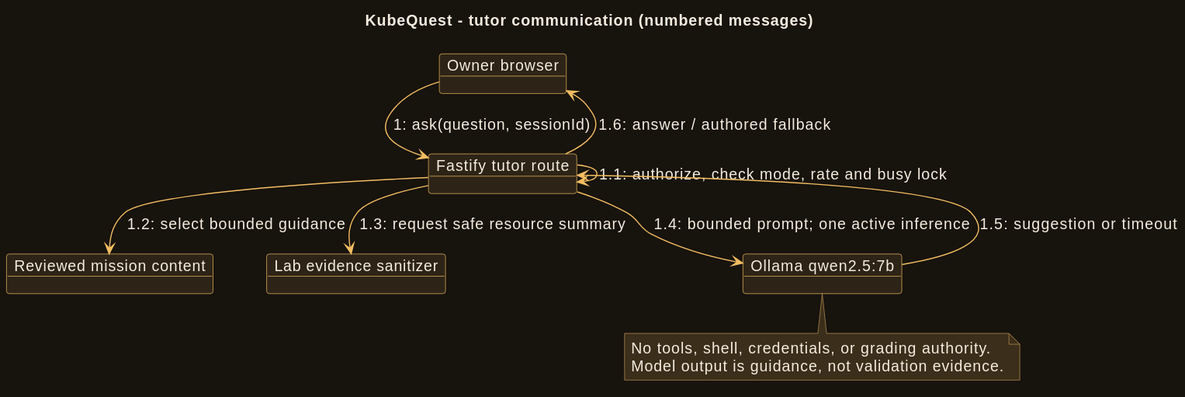
Earlier version of the PlantUML export diagrams/communication.svg (ramideltoro/kubequest-wiki). Its source is kept beside it as diagrams/communication.puml. The source it was exported from:
```plantuml
@startuml
!pragma layout smetana
skinparam backgroundColor #17130D
skinparam defaultFontName SansSerif
skinparam defaultFontSize 14
skinparam defaultFontColor #F4ECDF
skinparam shadowing false
skinparam ArrowColor #F3BD62
skinparam LineColor #F3BD62
skinparam BorderColor #F3BD62
skinparam defaultBackgroundColor #2D2417
skinparam classBackgroundColor #2D2417
skinparam classBorderColor #F3BD62
skinparam classFontColor #F4ECDF
skinparam componentBackgroundColor #2D2417
skinparam componentBorderColor #F3BD62
skinparam componentFontColor #F4ECDF
skinparam nodeBackgroundColor #2D2417
skinparam nodeBorderColor #F3BD62
skinparam nodeFontColor #F4ECDF
skinparam packageBackgroundColor #2D2417
skinparam packageBorderColor #F3BD62
skinparam packageFontColor #F4ECDF
skinparam rectangleBackgroundColor #2D2417
skinparam rectangleBorderColor #F3BD62
skinparam rectangleFontColor #F4ECDF
skinparam databaseBackgroundColor #2D2417
skinparam databaseBorderColor #F3BD62
skinparam databaseFontColor #F4ECDF
skinparam cloudBackgroundColor #2D2417
skinparam cloudBorderColor #F3BD62
skinparam cloudFontColor #F4ECDF
skinparam artifactBackgroundColor #2D2417
skinparam artifactBorderColor #F3BD62
skinparam artifactFontColor #F4ECDF
skinparam objectBackgroundColor #2D2417
skinparam objectBorderColor #F3BD62
skinparam objectFontColor #F4ECDF
skinparam stateBackgroundColor #2D2417
skinparam stateBorderColor #F3BD62
skinparam stateFontColor #F4ECDF
skinparam activityBackgroundColor #2D2417
skinparam activityBorderColor #F3BD62
skinparam activityFontColor #F4ECDF
skinparam actorBackgroundColor #2D2417
skinparam actorBorderColor #F3BD62
skinparam actorFontColor #F4ECDF
skinparam usecaseBackgroundColor #2D2417
skinparam usecaseBorderColor #F3BD62
skinparam usecaseFontColor #F4ECDF
skinparam interfaceBackgroundColor #2D2417
skinparam interfaceBorderColor #F3BD62
skinparam interfaceFontColor #F4ECDF
skinparam participantBackgroundColor #2D2417
skinparam participantBorderColor #F3BD62
skinparam participantFontColor #F4ECDF
skinparam classAttributeIconSize 0
skinparam NoteBackgroundColor #3B2E1A
skinparam NoteBorderColor #BB9658
skinparam NoteFontColor #F4ECDF
skinparam sequenceLifeLineBorderColor #BB9658
skinparam sequenceLifeLineBackgroundColor #221C13
skinparam sequenceGroupBackgroundColor #221C13
skinparam sequenceGroupHeaderFontColor #F4ECDF
skinparam sequenceGroupBodyBackgroundColor #221C13
skinparam sequenceDividerBackgroundColor #2D2417
skinparam sequenceDividerFontColor #F4ECDF
skinparam activityDiamondBackgroundColor #3B2E1A
skinparam activityStartColor #F3BD62
skinparam activityEndColor #F3BD62
title KubeQuest - tutor communication (numbered messages)
object "Owner browser" as UI
object "Fastify tutor route" as API
object "Reviewed mission content" as Content
object "Lab evidence sanitizer" as Sanitize
object "Ollama qwen2.5:7b" as AI
UI --> API : 1: ask(question, sessionId)
API --> API : 1.1: authorize, check mode, rate and busy lock
API --> Content : 1.2: select bounded guidance
API --> Sanitize : 1.3: request safe resource summary
API --> AI : 1.4: bounded prompt; one active inference
AI --> API : 1.5: suggestion or timeout
API --> UI : 1.6: answer / authored fallback
note bottom of AI
No tools, shell, credentials, or grading authority.
Model output is guidance, not validation evidence.
end note
@enduml
```
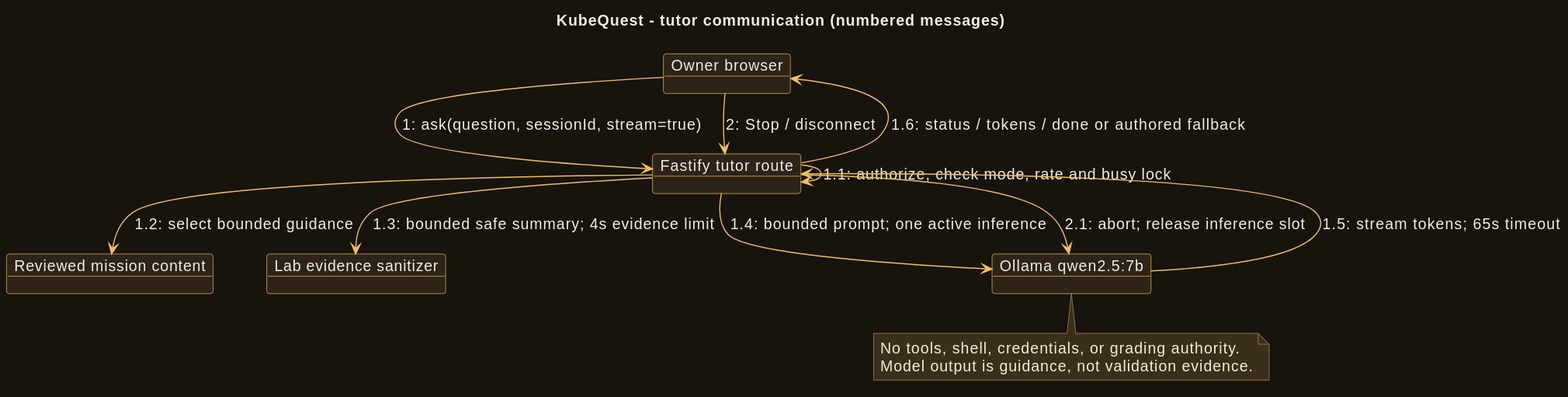
After the commit.

Diff of the diagram source:
```diff
@@ -74,13 +74,15 @@
 object "Reviewed mission content" as Content
 object "Lab evidence sanitizer" as Sanitize
 object "Ollama qwen2.5:7b" as AI
-UI --> API : 1: ask(question, sessionId)
+UI --> API : 1: ask(question, sessionId, stream=true)
 API --> API : 1.1: authorize, check mode, rate and busy lock
 API --> Content : 1.2: select bounded guidance
-API --> Sanitize : 1.3: request safe resource summary
+API --> Sanitize : 1.3: bounded safe summary; 4s evidence limit
 API --> AI : 1.4: bounded prompt; one active inference
-AI --> API : 1.5: suggestion or timeout
-API --> UI : 1.6: answer / authored fallback
+AI --> API : 1.5: stream tokens; 65s timeout
+API --> UI : 1.6: status / tokens / done or authored fallback
+UI --> API : 2: Stop / disconnect
+API --> AI : 2.1: abort; release inference slot
 note bottom of AI
 No tools, shell, credentials, or grading authority.
 Model output is guidance, not validation evidence.
```
